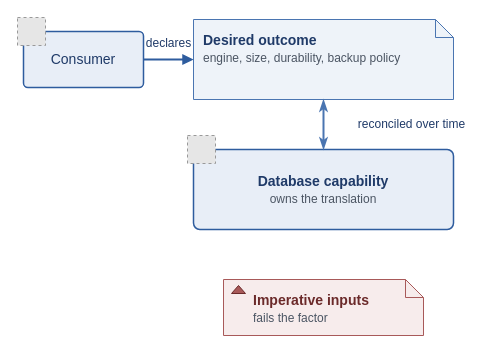
This is page "PCF Diagram" (10 of 13) of diagrams/pcf-community-draft.drawio from missBerg/platform-capabilities, a draw.io file, before an edit. Source tidied: cells renumbered, new cells numbered last; positions are measured from the earlier drawing's top-left corner, leaving out a move shared by most shapes. Both pictures are drawn from the tidied source at 100%, with x=0, y=0 at pixel (17, 17). Pictures stored in the file or linked from it are replaced by grey dashed boxes.
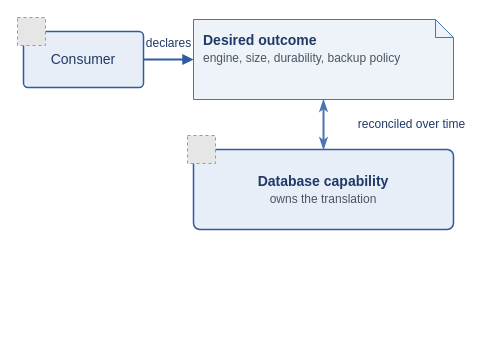
After the change.

Diff of the diagram source:
```diff
@@
 <mxGraphModel>
   <root>
     <mxCell id="0" />
     <mxCell id="1" parent="0" />
     <mxCell id="2" value="Consumer" style="rounded=1;whiteSpace=wrap;html=1;arcSize=8;fillColor=#E8EEF7;strokeColor=#2E5C9E;strokeWidth=1.5;fontColor=#1F3A68;fontFamily=Helvetica;fontSize=14;align=center;verticalAlign=middle;shadow=0;" parent="1" vertex="1">
       <mxGeometry x="6" y="14" width="120" height="56" as="geometry" />
     </mxCell>
     <mxCell id="3" style="fillColor=#E6E6E6;strokeColor=#999999;dashed=1;verticalLabelPosition=bottom;verticalAlign=top;align=center;fontFamily=Helvetica;fontSize=14;fontColor=#1F3A68;" parent="1" vertex="1">
       <mxGeometry width="28" height="28" as="geometry" />
     </mxCell>
     <mxCell id="4" value="&lt;b&gt;Desired outcome&lt;/b&gt;&lt;br&gt;&lt;font style=&quot;font-size: 12px&quot; color=&quot;#4B5563&quot;&gt;engine, size, durability, backup policy&lt;/font&gt;" style="shape=note;whiteSpace=wrap;html=1;backgroundOutline=1;fillColor=#EEF3F9;strokeColor=#4A75B1;strokeWidth=1;fontColor=#1F3A68;fontFamily=Helvetica;fontSize=14;align=left;verticalAlign=top;spacingLeft=8;spacingTop=6;spacingRight=8;shadow=0;size=18;" parent="1" vertex="1">
       <mxGeometry x="176" y="2" width="260" height="80" as="geometry" />
     </mxCell>
     <mxCell id="5" value="&lt;b&gt;Database capability&lt;/b&gt;&lt;br&gt;&lt;font style=&quot;font-size: 12px&quot; color=&quot;#4B5563&quot;&gt;owns the translation&lt;/font&gt;" style="rounded=1;whiteSpace=wrap;html=1;arcSize=8;fillColor=#E8EEF7;strokeColor=#2E5C9E;strokeWidth=1.5;fontColor=#1F3A68;fontFamily=Helvetica;fontSize=14;align=center;verticalAlign=middle;shadow=0;" parent="1" vertex="1">
       <mxGeometry x="176" y="132" width="260" height="80" as="geometry" />
     </mxCell>
     <mxCell id="6" style="fillColor=#E6E6E6;strokeColor=#999999;dashed=1;verticalLabelPosition=bottom;verticalAlign=top;align=center;fontFamily=Helvetica;fontSize=14;fontColor=#1F3A68;" parent="1" vertex="1">
       <mxGeometry x="170" y="118" width="28" height="28" as="geometry" />
     </mxCell>
-    <mxCell id="7" value="&lt;b&gt;Imperative inputs&lt;/b&gt;&lt;br&gt;&lt;font style=&quot;font-size: 12px&quot; color=&quot;#4B5563&quot;&gt;fails the factor&lt;/font&gt;" style="shape=note;whiteSpace=wrap;html=1;backgroundOutline=1;fillColor=#F7ECEC;strokeColor=#A85959;strokeWidth=1;fontColor=#6B2A2A;fontFamily=Helvetica;fontSize=14;align=left;verticalAlign=top;spacingLeft=28;spacingTop=6;spacingRight=8;shadow=0;size=18;" parent="1" vertex="1">
-      <mxGeometry x="206" y="262" width="200" height="56" as="geometry" />
-    </mxCell>
-    <mxCell id="8" style="shape=triangle;direction=north;fillColor=#A85959;strokeColor=#6B2A2A;html=1;shadow=0;" parent="1" vertex="1">
-      <mxGeometry x="214" y="268" width="14" height="8" as="geometry" />
-    </mxCell>
     <mxCell id="9" value="declares" style="edgeStyle=orthogonalEdgeStyle;endArrow=block;html=1;rounded=0;strokeColor=#2E5C9E;strokeWidth=2;fontColor=#1F3A68;fontFamily=Helvetica;fontSize=12;endFill=1;curved=1;" parent="1" edge="1" source="2" target="4">
       <mxGeometry relative="1" as="geometry">
         <mxPoint y="-16" as="offset" />
       </mxGeometry>
     </mxCell>
     <mxCell id="10" value="reconciled over time" style="edgeStyle=orthogonalEdgeStyle;endArrow=classicThin;startArrow=classicThin;html=1;rounded=0;strokeColor=#4A75B1;strokeWidth=2;fontColor=#1F3A68;fontFamily=Helvetica;fontSize=12;curved=1;exitX=0.5;exitY=1;exitDx=0;exitDy=0;entryX=0.5;entryY=0;entryDx=0;entryDy=0;" parent="1" edge="1" source="4" target="5">
       <mxGeometry relative="1" as="geometry">
         <mxPoint x="88" as="offset" />
       </mxGeometry>
     </mxCell>
   </root>
 </mxGraphModel>
```
